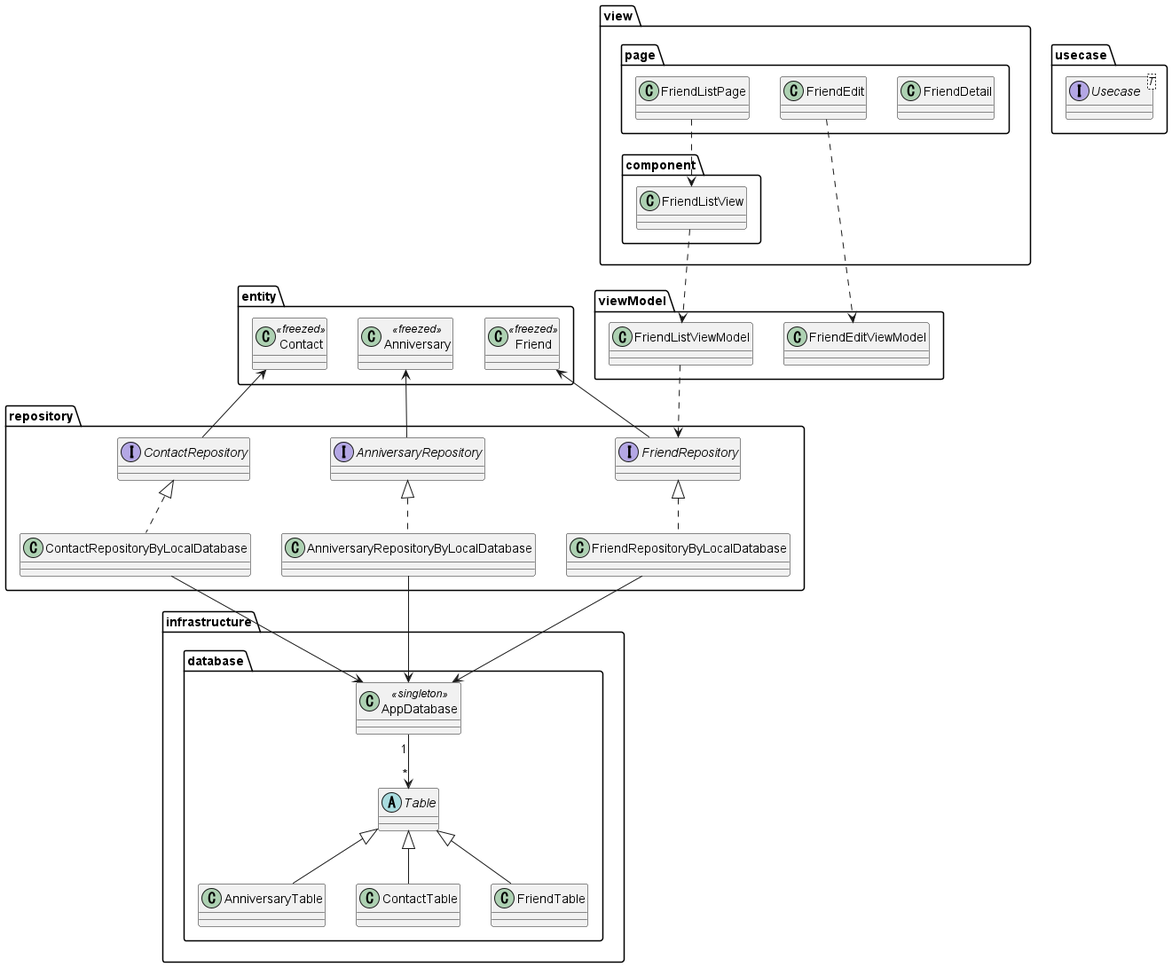
nmskm240/friend_list keeps this PlantUML diagram as uml/class_diagram/class_diagram.png. Above is the earlier version. Source of this version:
```plantuml
@startuml

package view {
    package component {
        class FriendListView
    }

    package page {
        class FriendDetail
        class FriendEdit
        class FriendListPage
    }
}

package viewModel {
    class FriendListViewModel
    class FriendEditViewModel
}

package usecase {
    interface Usecase<T>
}


package repository {
    interface AnniversaryRepository
    interface ContactRepository
    interface FriendRepository
    class AnniversaryRepositoryByLocalDatabase
    class ContactRepositoryByLocalDatabase
    class FriendRepositoryByLocalDatabase
}

package entity {
    class Anniversary<<freezed>>
    class Contact<<freezed>>
    class Friend<<freezed>>
}

package infrastructure {
    package database {
        class AnniversaryTable
        class AppDatabase<<singleton>>
        class ContactTable
        class FriendTable
        abstract Table
    }
}

FriendListView ..> FriendListViewModel

FriendListPage ..> FriendListView
FriendEdit ..> FriendEditViewModel

FriendListViewModel ..> FriendRepository

Anniversary <-- AnniversaryRepository
Contact <-- ContactRepository
Friend <-- FriendRepository

AnniversaryRepository <|.. AnniversaryRepositoryByLocalDatabase
ContactRepository <|.. ContactRepositoryByLocalDatabase
FriendRepository <|.. FriendRepositoryByLocalDatabase

AnniversaryRepositoryByLocalDatabase --> AppDatabase
ContactRepositoryByLocalDatabase --> AppDatabase
FriendRepositoryByLocalDatabase --> AppDatabase

Table <|-- AnniversaryTable
Table <|-- ContactTable
Table <|-- FriendTable
AppDatabase "1" --> "*" Table

@enduml
```
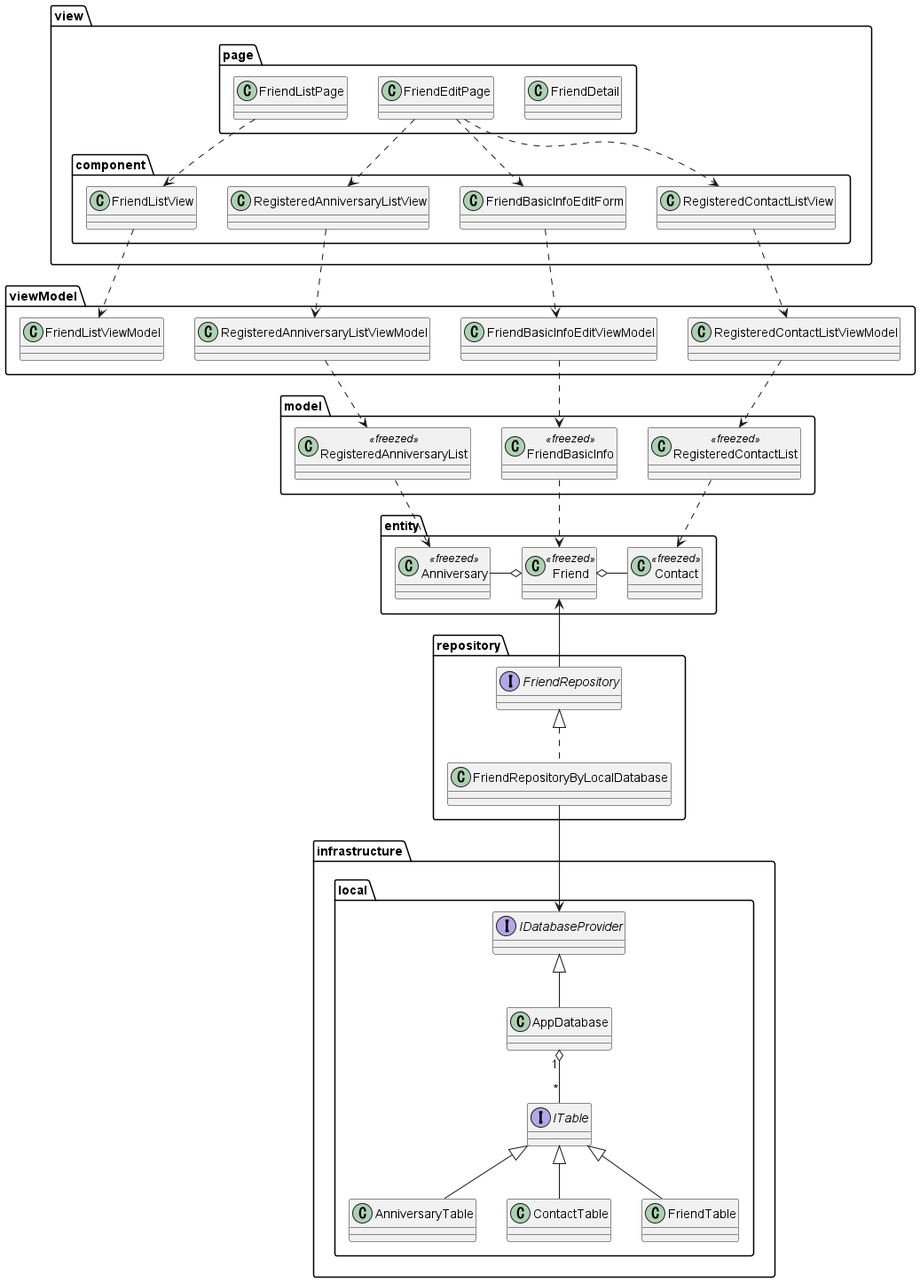
After the commit.

What changed in the source:
```diff
@@ -1,33 +1,36 @@
 @startuml
 
 package view {
+    package page {
+        class FriendDetail
+        class FriendEditPage
+        class FriendListPage
+    }
+
     package component {
         class FriendListView
-    }
-
-    package page {
-        class FriendDetail
-        class FriendEdit
-        class FriendListPage
+        class FriendBasicInfoEditForm
+        class RegisteredAnniversaryListView
+        class RegisteredContactListView
     }
 }
 
 package viewModel {
     class FriendListViewModel
-    class FriendEditViewModel
+    class FriendBasicInfoEditViewModel
+    class RegisteredAnniversaryListViewModel
+    class RegisteredContactListViewModel
 }
 
-package usecase {
-    interface Usecase<T>
+package model {
+    class FriendBasicInfo<<freezed>>
+    class RegisteredAnniversaryList<<freezed>>
+    class RegisteredContactList<<freezed>>
 }
 
 
 package repository {
-    interface AnniversaryRepository
-    interface ContactRepository
     interface FriendRepository
-    class AnniversaryRepositoryByLocalDatabase
-    class ContactRepositoryByLocalDatabase
     class FriendRepositoryByLocalDatabase
 }
 
@@ -38,37 +41,48 @@
 }
 
 package infrastructure {
-    package database {
+    package local {
         class AnniversaryTable
-        class AppDatabase<<singleton>>
+        class AppDatabase
         class ContactTable
         class FriendTable
-        abstract Table
+        interface IDatabaseProvider
+        interface ITable
     }
 }
 
 FriendListView ..> FriendListViewModel
 
 FriendListPage ..> FriendListView
-FriendEdit ..> FriendEditViewModel
+FriendEditPage ..> FriendBasicInfoEditForm
+FriendEditPage ..> RegisteredAnniversaryListView
+FriendEditPage ..> RegisteredContactListView
 
-FriendListViewModel ..> FriendRepository
+FriendBasicInfoEditForm ..> FriendBasicInfoEditViewModel
+RegisteredAnniversaryListView ..> RegisteredAnniversaryListViewModel
+RegisteredContactListView ..> RegisteredContactListViewModel
 
-Anniversary <-- AnniversaryRepository
-Contact <-- ContactRepository
+FriendBasicInfoEditViewModel ..> FriendBasicInfo
+RegisteredAnniversaryListViewModel ..> RegisteredAnniversaryList
+RegisteredContactListViewModel ..> RegisteredContactList
+
+FriendBasicInfo ..> Friend
+RegisteredAnniversaryList ..> Anniversary
+RegisteredContactList ..> Contact
+
+Friend o-left- Anniversary
+Friend o- Contact
+
 Friend <-- FriendRepository
 
-AnniversaryRepository <|.. AnniversaryRepositoryByLocalDatabase
-ContactRepository <|.. ContactRepositoryByLocalDatabase
 FriendRepository <|.. FriendRepositoryByLocalDatabase
 
-AnniversaryRepositoryByLocalDatabase --> AppDatabase
-ContactRepositoryByLocalDatabase --> AppDatabase
-FriendRepositoryByLocalDatabase --> AppDatabase
+FriendRepositoryByLocalDatabase --> IDatabaseProvider
 
-Table <|-- AnniversaryTable
-Table <|-- ContactTable
-Table <|-- FriendTable
-AppDatabase "1" --> "*" Table
+ITable <|-- AnniversaryTable
+ITable <|-- ContactTable
+ITable <|-- FriendTable
+AppDatabase "1" o-- "*" ITable
+IDatabaseProvider <|-- AppDatabase
 
 @enduml
```
